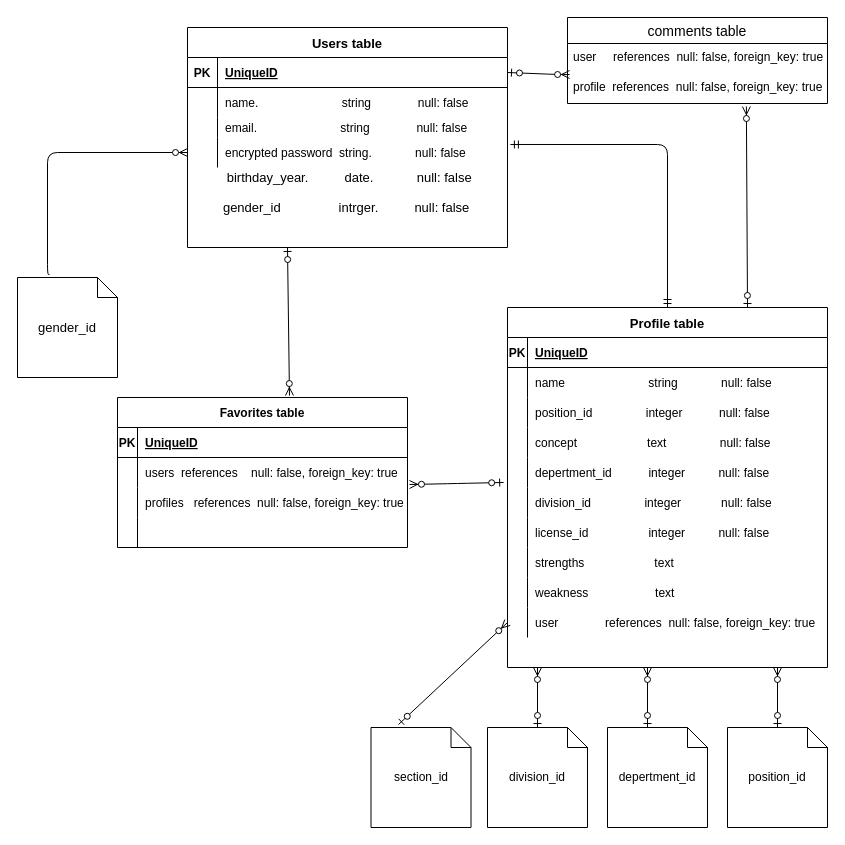
YuichiTakaoka/yaru_ja_nai-37240 keeps this draw.io diagram as yaru_ja_nai.dio. Above is the earlier version. Source tidied: cells renumbered, new cells numbered last; positions are measured from the earlier drawing's top-left corner, leaving out a move shared by most shapes. Both pictures are drawn from the tidied source at 100%, with x=0, y=0 at pixel (17, 17).
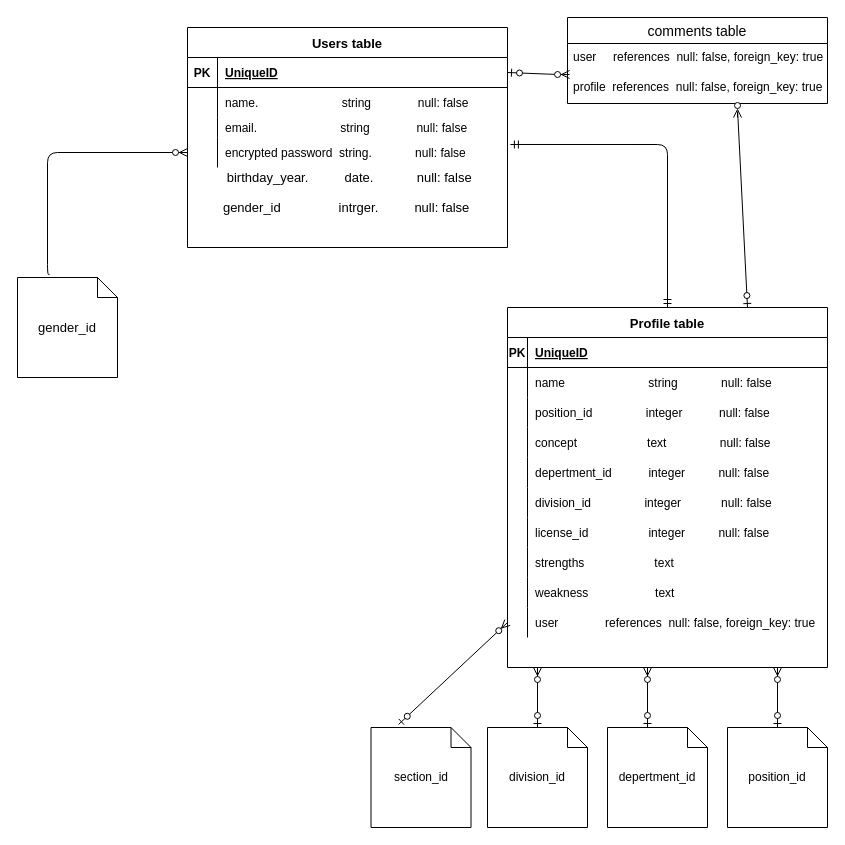
Above is the later version.

Unchanged cells that the change refers to:
```xml
<mxCell id="19" value="Profile table" style="shape=table;startSize=30;childLayout=tableLayout;rowLines=0;fontStyle=1;align=center;fontSize=13;" parent="1" vertex="1">
  <mxGeometry x="490" y="290" width="320" height="360" as="geometry" />
</mxCell>
<mxCell id="32" style="shape=partialRectangle;fillColor=none;top=0;left=0;bottom=0;right=0;points=[[0,0.5],[1,0.5]];portConstraint=eastwest;" parent="19" vertex="1">
  <mxGeometry y="150" width="320" height="30" as="geometry" />
</mxCell>
<mxCell id="76" value="profile  references  null: false, foreign_key: true" style="text;strokeColor=none;fillColor=none;spacingLeft=4;spacingRight=4;overflow=hidden;points=[[0,0.5],[1,0.5]];portConstraint=eastwest;fontSize=12;" parent="74" vertex="1">
  <mxGeometry y="56" width="260" height="30" as="geometry" />
</mxCell>
```

The edit, as a diff of the source:
```diff
@@
-    <mxCell id="51" value="Favorites table" style="shape=table;startSize=30;childLayout=tableLayout;rowLines=0;fontStyle=1;align=center;" parent="1" vertex="1">
-      <mxGeometry x="100" y="380" width="290" height="150" as="geometry" />
-    </mxCell>
-    <mxCell id="52" style="shape=partialRectangle;fillColor=none;top=0;left=0;bottom=1;right=0;" parent="51" vertex="1">
-      <mxGeometry y="30" width="290" height="30" as="geometry" />
-    </mxCell>
-    <mxCell id="53" value="PK" style="shape=partialRectangle;fillColor=none;top=0;left=0;bottom=0;right=0;fontStyle=1;overflow=hidden;" parent="52" vertex="1">
-      <mxGeometry width="20" height="30" as="geometry" />
-    </mxCell>
-    <mxCell id="54" value="UniqueID" style="shape=partialRectangle;fillColor=none;top=0;left=0;bottom=0;right=0;align=left;spacingLeft=6;fontStyle=5;overflow=hidden;" parent="52" vertex="1">
-      <mxGeometry x="20" width="270" height="30" as="geometry" />
-    </mxCell>
-    <mxCell id="55" style="shape=partialRectangle;fillColor=none;top=0;left=0;bottom=0;right=0;" parent="51" vertex="1">
-      <mxGeometry y="60" width="290" height="30" as="geometry" />
-    </mxCell>
-    <mxCell id="56" style="shape=partialRectangle;fillColor=none;top=0;left=0;bottom=0;right=0;overflow=hidden;" parent="55" vertex="1">
-      <mxGeometry width="20" height="30" as="geometry" />
-    </mxCell>
-    <mxCell id="57" value="users  references    null: false, foreign_key: true" style="shape=partialRectangle;fillColor=none;top=0;left=0;bottom=0;right=0;align=left;spacingLeft=6;overflow=hidden;" parent="55" vertex="1">
-      <mxGeometry x="20" width="270" height="30" as="geometry" />
-    </mxCell>
-    <mxCell id="58" style="shape=partialRectangle;fillColor=none;top=0;left=0;bottom=0;right=0;" parent="51" vertex="1">
-      <mxGeometry y="90" width="290" height="30" as="geometry" />
-    </mxCell>
-    <mxCell id="59" style="shape=partialRectangle;fillColor=none;top=0;left=0;bottom=0;right=0;overflow=hidden;" parent="58" vertex="1">
-      <mxGeometry width="20" height="30" as="geometry" />
-    </mxCell>
-    <mxCell id="60" value="profiles   references  null: false, foreign_key: true" style="shape=partialRectangle;fillColor=none;top=0;left=0;bottom=0;right=0;align=left;spacingLeft=6;overflow=hidden;" parent="58" vertex="1">
-      <mxGeometry x="20" width="270" height="30" as="geometry" />
-    </mxCell>
-    <mxCell id="61" style="shape=partialRectangle;fillColor=none;top=0;left=0;bottom=0;right=0;" parent="51" vertex="1">
-      <mxGeometry y="120" width="290" height="30" as="geometry" />
-    </mxCell>
-    <mxCell id="62" style="shape=partialRectangle;fillColor=none;top=0;left=0;bottom=0;right=0;overflow=hidden;" parent="61" vertex="1">
-      <mxGeometry width="20" height="30" as="geometry" />
-    </mxCell>
-    <mxCell id="63" style="shape=partialRectangle;fillColor=none;top=0;left=0;bottom=0;right=0;align=left;spacingLeft=6;overflow=hidden;" parent="61" vertex="1">
-      <mxGeometry x="20" width="270" height="30" as="geometry" />
-    </mxCell>
-    <mxCell id="64" style="fontSize=12;html=1;endArrow=ERzeroToMany;startArrow=ERzeroToOne;exitX=-0.012;exitY=0.833;exitDx=0;exitDy=0;exitPerimeter=0;" parent="1" edge="1" source="32">
-      <mxGeometry relative="1" as="geometry">
-        <mxPoint x="392" y="467" as="targetPoint" />
-        <Array as="points">
-          <mxPoint x="440" y="466" />
-        </Array>
-      </mxGeometry>
-    </mxCell>
-    <mxCell id="65" style="fontSize=12;html=1;endArrow=ERzeroToMany;startArrow=ERzeroToOne;entryX=0.593;entryY=-0.013;entryDx=0;entryDy=0;entryPerimeter=0;" parent="1" edge="1" target="51">
-      <mxGeometry relative="1" as="geometry">
-        <mxPoint x="270" y="230" as="sourcePoint" />
-      </mxGeometry>
-    </mxCell>
@@
-    <mxCell id="78" style="fontSize=12;html=1;endArrow=ERzeroToMany;startArrow=ERzeroToOne;exitX=0.75;exitY=0;exitDx=0;exitDy=0;entryX=0.688;entryY=1.1;entryDx=0;entryDy=0;entryPerimeter=0;" parent="1" edge="1" source="19" target="76">
-      <mxGeometry relative="1" as="geometry" />
+    <mxCell id="78" style="fontSize=12;html=1;endArrow=ERzeroToMany;startArrow=ERzeroToOne;exitX=0.75;exitY=0;exitDx=0;exitDy=0;" parent="1" edge="1" source="19">
+      <mxGeometry relative="1" as="geometry">
+        <mxPoint x="720" y="100" as="targetPoint" />
+        <Array as="points">
+          <mxPoint x="720" y="91" />
+        </Array>
+      </mxGeometry>
     </mxCell>
```
